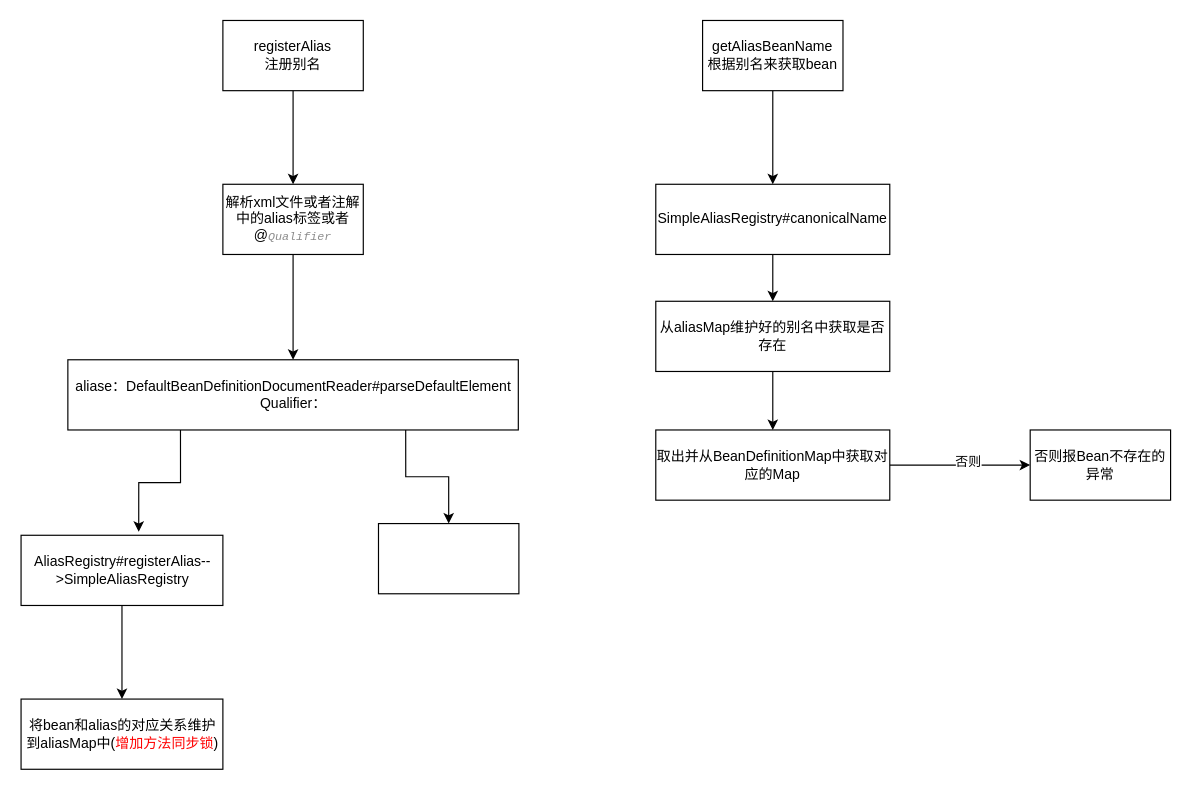
This is page "spring别名处理流程" (6 of 6) of spring-doc/spring生命周期/spring.drawio from ChrisJone/spring-framework, a draw.io file, before an edit. Source tidied: cells renumbered, new cells numbered last; positions are measured from the earlier drawing's top-left corner, leaving out a move shared by most shapes. Both pictures are drawn from the tidied source at 117%, with x=0, y=0 at pixel (21, 20).
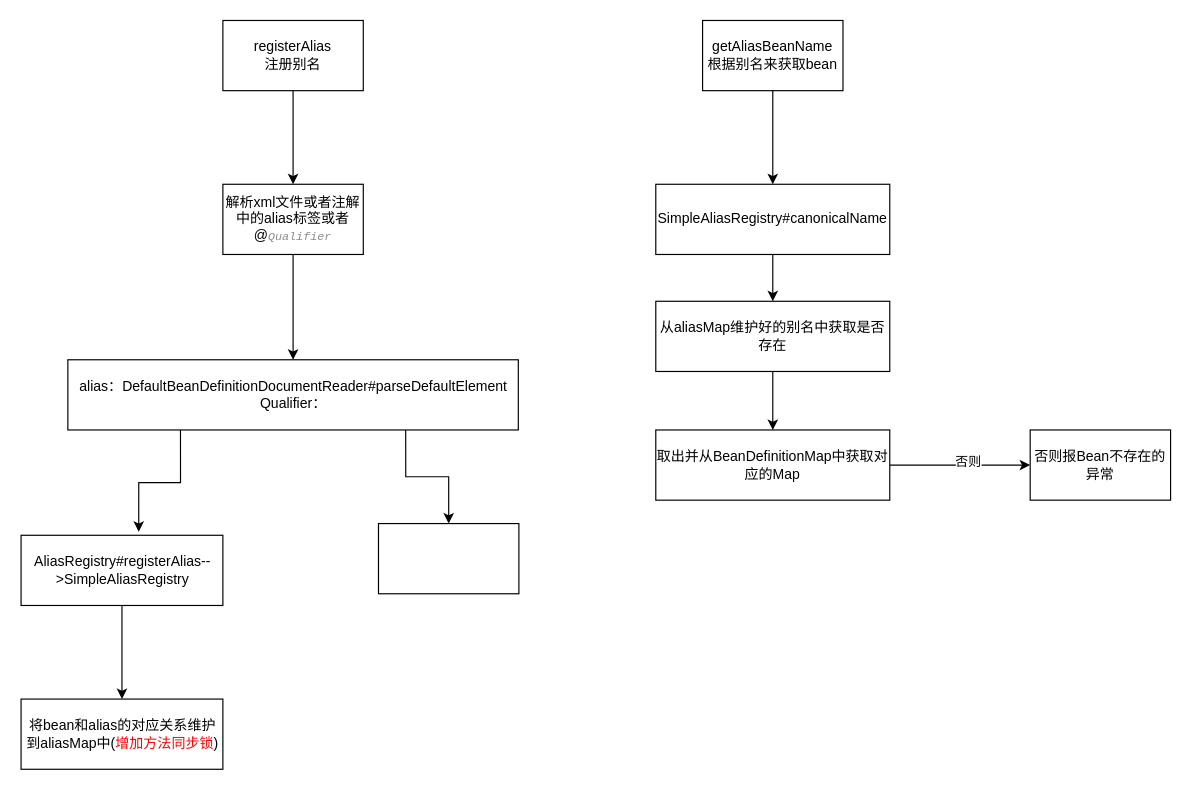
Above is the later version.

What changed in the source:
```diff
@@
-    <mxCell id="18" value="aliase：DefaultBeanDefinitionDocumentReader#parseDefaultElement&lt;br&gt;Qualifier：" style="whiteSpace=wrap;html=1;rounded=0;" parent="1" vertex="1">
+    <mxCell id="18" value="alias：DefaultBeanDefinitionDocumentReader#parseDefaultElement&lt;br&gt;Qualifier：" style="whiteSpace=wrap;html=1;rounded=0;" parent="1" vertex="1">
       <mxGeometry x="39.5" y="290" width="385" height="60" as="geometry" />
     </mxCell>
```
